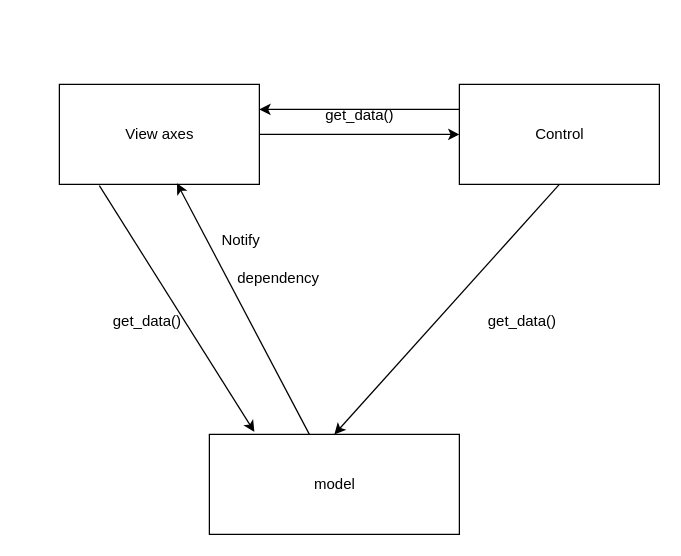
The draw.io diagram page "MVC" (6 of 10) of SCANDATA/UML_SCANDATA.drawio in lunelukkio/SCANDATA, before the edit. Source tidied: cells renumbered, new cells numbered last; positions are measured from the earlier drawing's top-left corner, leaving out a move shared by most shapes. Both pictures are drawn from the tidied source at 125%, with x=0, y=0 at pixel (59, 84).
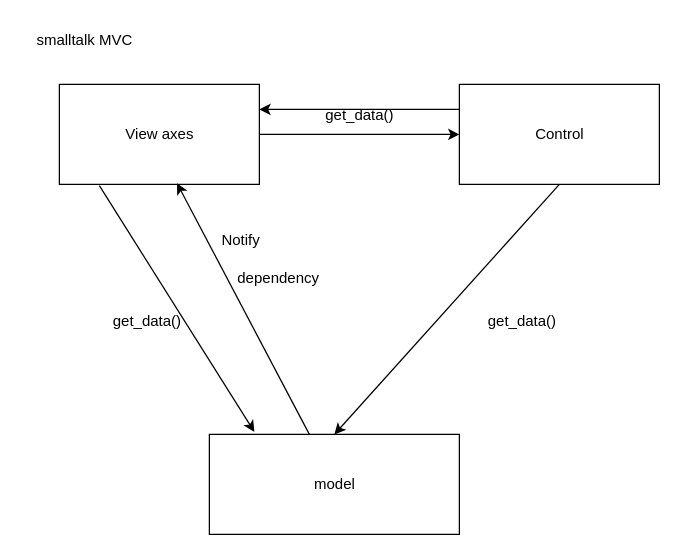
Above is the later version.

Change to the diagram source:
```diff
@@
 <mxGraphModel>
   <root>
     <mxCell id="0" />
     <mxCell id="1" parent="0" />
     <mxCell id="2" value="View axes" style="html=1;" parent="1" vertex="1">
       <mxGeometry width="160" height="80" as="geometry" />
     </mxCell>
     <mxCell id="3" value="Control" style="html=1;" parent="1" vertex="1">
       <mxGeometry x="320" width="160" height="80" as="geometry" />
     </mxCell>
     <mxCell id="4" value="model" style="html=1;" parent="1" vertex="1">
       <mxGeometry x="120" y="280" width="200" height="80" as="geometry" />
     </mxCell>
     <mxCell id="5" style="endArrow=classic;html=1;rounded=0;exitX=1;exitY=0.5;exitDx=0;exitDy=0;entryX=0;entryY=0.5;entryDx=0;entryDy=0;" parent="1" edge="1" source="2" target="3">
       <mxGeometry relative="1" as="geometry" />
     </mxCell>
     <mxCell id="6" style="endArrow=classic;html=1;rounded=0;exitX=0.5;exitY=1;exitDx=0;exitDy=0;entryX=0.5;entryY=0;entryDx=0;entryDy=0;" parent="1" edge="1" source="3" target="4">
       <mxGeometry relative="1" as="geometry" />
     </mxCell>
     <mxCell id="7" style="endArrow=classic;html=1;rounded=0;exitX=0.4;exitY=0;exitDx=0;exitDy=0;exitPerimeter=0;entryX=0.588;entryY=0.988;entryDx=0;entryDy=0;entryPerimeter=0;" parent="1" edge="1" source="4" target="2">
       <mxGeometry relative="1" as="geometry" />
     </mxCell>
     <mxCell id="8" value="Notify" style="text;html=1;align=center;verticalAlign=middle;strokeColor=none;fillColor=none;" parent="1" vertex="1">
       <mxGeometry x="120" y="110" width="50" height="30" as="geometry" />
     </mxCell>
     <mxCell id="9" style="endArrow=classic;html=1;rounded=0;entryX=0.18;entryY=-0.025;entryDx=0;entryDy=0;entryPerimeter=0;exitX=0.2;exitY=1.013;exitDx=0;exitDy=0;exitPerimeter=0;" parent="1" edge="1" source="2" target="4">
       <mxGeometry relative="1" as="geometry" />
     </mxCell>
     <mxCell id="10" value="get_data()" style="text;html=1;align=center;verticalAlign=middle;strokeColor=none;fillColor=none;" parent="1" vertex="1">
       <mxGeometry x="30" y="175" width="80" height="30" as="geometry" />
     </mxCell>
     <mxCell id="11" value="get_data()" style="text;html=1;align=center;verticalAlign=middle;strokeColor=none;fillColor=none;" parent="1" vertex="1">
       <mxGeometry x="330" y="175" width="80" height="30" as="geometry" />
     </mxCell>
     <mxCell id="12" style="endArrow=classic;html=1;rounded=0;exitX=0;exitY=0.25;exitDx=0;exitDy=0;entryX=1;entryY=0.25;entryDx=0;entryDy=0;" parent="1" edge="1" source="3" target="2">
       <mxGeometry relative="1" as="geometry" />
     </mxCell>
     <mxCell id="13" value="get_data()" style="text;html=1;align=center;verticalAlign=middle;strokeColor=none;fillColor=none;" parent="1" vertex="1">
       <mxGeometry x="200" y="10" width="80" height="30" as="geometry" />
     </mxCell>
     <mxCell id="14" value="dependency" style="text;html=1;align=center;verticalAlign=middle;strokeColor=none;fillColor=none;" parent="1" vertex="1">
       <mxGeometry x="130" y="140" width="90" height="30" as="geometry" />
     </mxCell>
+    <mxCell id="15" value="smalltalk MVC" style="text;html=1;align=center;verticalAlign=middle;strokeColor=none;fillColor=none;" parent="1" vertex="1">
+      <mxGeometry x="-30" y="-50" width="100" height="30" as="geometry" />
+    </mxCell>
   </root>
 </mxGraphModel>
```
